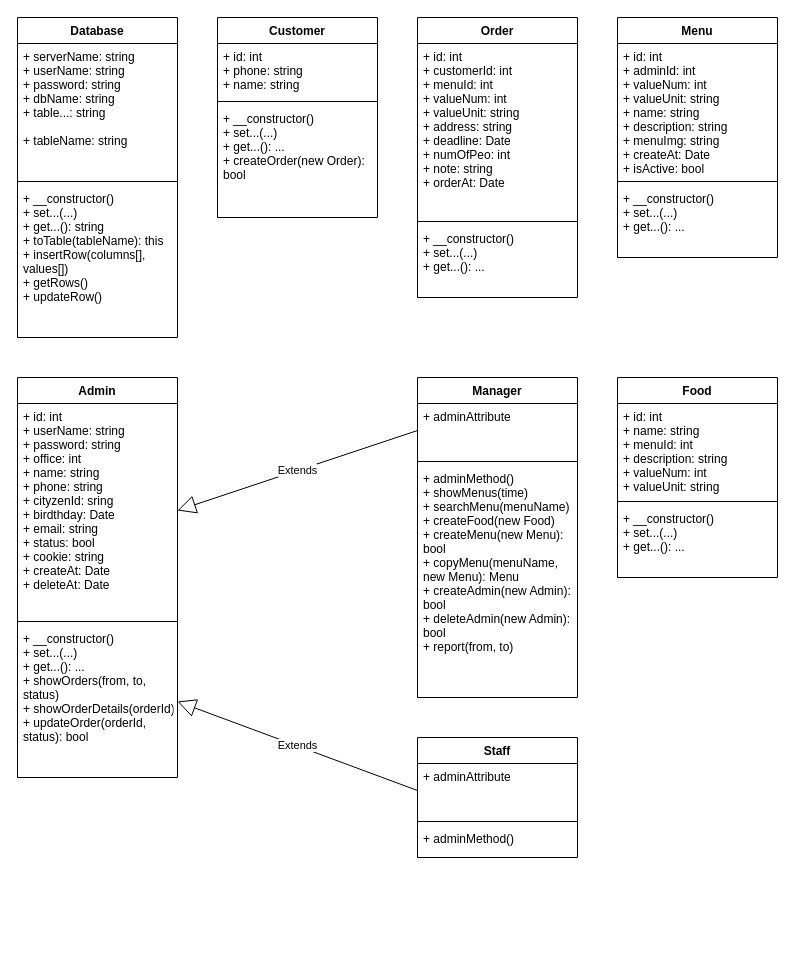
Above: phan_tich/classes/classes.drawio in caoduonggithub/gourmet-au-catering (draw.io), before the change. Source tidied: cells renumbered, new cells numbered last; positions are measured from the earlier drawing's top-left corner, leaving out a move shared by most shapes. Both pictures are drawn from the tidied source at 100%, with x=0, y=0 at pixel (17, 17).
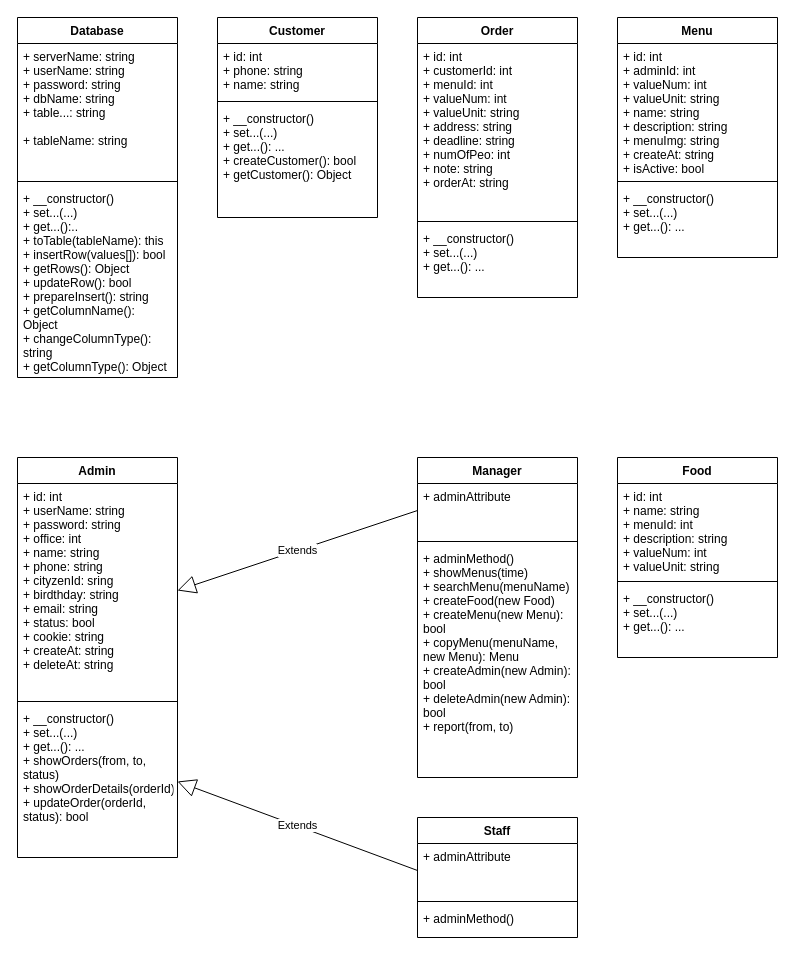
Above is the later version.

The change refers to these unchanged cells:
```xml
<mxCell id="2" value="Customer" style="swimlane;fontStyle=1;align=center;verticalAlign=top;horizontal=1;startSize=26;" parent="1" vertex="1">
  <mxGeometry x="200" width="160" height="200" as="geometry" />
</mxCell>
<mxCell id="6" value="Order" style="swimlane;fontStyle=1;align=center;verticalAlign=top;horizontal=1;startSize=26;" parent="1" vertex="1">
  <mxGeometry x="400" width="160" height="280" as="geometry" />
</mxCell>
<mxCell id="10" value="Menu" style="swimlane;fontStyle=1;align=center;verticalAlign=top;horizontal=1;startSize=26;" parent="1" vertex="1">
  <mxGeometry x="600" width="160" height="240" as="geometry" />
</mxCell>
```

The edit, as a diff of the source:
```diff
@@
-    <mxCell id="5" value="+ __constructor()&#10;+ set...(...)&#10;+ get...(): ...&#10;+ createOrder(new Order): &#10;bool" style="text;strokeColor=none;fillColor=none;align=left;verticalAlign=top;spacingLeft=4;spacingRight=4;overflow=hidden;" parent="2" vertex="1">
+    <mxCell id="5" value="+ __constructor()&#10;+ set...(...)&#10;+ get...(): ...&#10;+ createCustomer(): bool&#10;+ getCustomer(): Object" style="text;strokeColor=none;fillColor=none;align=left;verticalAlign=top;spacingLeft=4;spacingRight=4;overflow=hidden;" parent="2" vertex="1">
       <mxGeometry y="88" width="160" height="112" as="geometry" />
     </mxCell>
@@
-    <mxCell id="7" value="+ id: int&#10;+ customerId: int&#10;+ menuId: int&#10;+ valueNum: int&#10;+ valueUnit: string&#10;+ address: string&#10;+ deadline: Date&#10;+ numOfPeo: int&#10;+ note: string&#10;+ orderAt: Date" style="text;strokeColor=none;fillColor=none;align=left;verticalAlign=top;spacingLeft=4;spacingRight=4;overflow=hidden;" parent="6" vertex="1">
+    <mxCell id="7" value="+ id: int&#10;+ customerId: int&#10;+ menuId: int&#10;+ valueNum: int&#10;+ valueUnit: string&#10;+ address: string&#10;+ deadline: string&#10;+ numOfPeo: int&#10;+ note: string&#10;+ orderAt: string" style="text;strokeColor=none;fillColor=none;align=left;verticalAlign=top;spacingLeft=4;spacingRight=4;overflow=hidden;" parent="6" vertex="1">
       <mxGeometry y="26" width="160" height="174" as="geometry" />
     </mxCell>
@@
-    <mxCell id="11" value="+ id: int&#10;+ adminId: int&#10;+ valueNum: int&#10;+ valueUnit: string&#10;+ name: string&#10;+ description: string&#10;+ menuImg: string&#10;+ createAt: Date&#10;+ isActive: bool" style="text;strokeColor=none;fillColor=none;align=left;verticalAlign=top;spacingLeft=4;spacingRight=4;overflow=hidden;" parent="10" vertex="1">
+    <mxCell id="11" value="+ id: int&#10;+ adminId: int&#10;+ valueNum: int&#10;+ valueUnit: string&#10;+ name: string&#10;+ description: string&#10;+ menuImg: string&#10;+ createAt: string&#10;+ isActive: bool" style="text;strokeColor=none;fillColor=none;align=left;verticalAlign=top;spacingLeft=4;spacingRight=4;overflow=hidden;" parent="10" vertex="1">
       <mxGeometry y="26" width="160" height="134" as="geometry" />
     </mxCell>
@@
     <mxCell id="14" value="Food" style="swimlane;fontStyle=1;align=center;verticalAlign=top;horizontal=1;startSize=26;" parent="1" vertex="1">
-      <mxGeometry x="600" y="360" width="160" height="200" as="geometry" />
+      <mxGeometry x="600" y="440" width="160" height="200" as="geometry" />
     </mxCell>
@@
     <mxCell id="18" value="Admin" style="swimlane;fontStyle=1;align=center;verticalAlign=top;horizontal=1;startSize=26;" parent="1" vertex="1">
-      <mxGeometry y="360" width="160" height="400" as="geometry" />
+      <mxGeometry y="440" width="160" height="400" as="geometry" />
     </mxCell>
-    <mxCell id="19" value="+ id: int&#10;+ userName: string&#10;+ password: string&#10;+ office: int&#10;+ name: string&#10;+ phone: string&#10;+ cityzenId: sring&#10;+ birdthday: Date&#10;+ email: string&#10;+ status: bool&#10;+ cookie: string&#10;+ createAt: Date&#10;+ deleteAt: Date" style="text;strokeColor=none;fillColor=none;align=left;verticalAlign=top;spacingLeft=4;spacingRight=4;overflow=hidden;points=[[0,0.5],[1,0.5]];portConstraint=eastwest;" parent="18" vertex="1">
+    <mxCell id="19" value="+ id: int&#10;+ userName: string&#10;+ password: string&#10;+ office: int&#10;+ name: string&#10;+ phone: string&#10;+ cityzenId: sring&#10;+ birdthday: string&#10;+ email: string&#10;+ status: bool&#10;+ cookie: string&#10;+ createAt: string&#10;+ deleteAt: string" style="text;strokeColor=none;fillColor=none;align=left;verticalAlign=top;spacingLeft=4;spacingRight=4;overflow=hidden;points=[[0,0.5],[1,0.5]];portConstraint=eastwest;" parent="18" vertex="1">
       <mxGeometry y="26" width="160" height="214" as="geometry" />
     </mxCell>
@@
     <mxCell id="22" value="Database" style="swimlane;fontStyle=1;align=center;verticalAlign=top;horizontal=1;startSize=26;" parent="1" vertex="1">
-      <mxGeometry width="160" height="320" as="geometry" />
+      <mxGeometry width="160" height="360" as="geometry" />
     </mxCell>
@@
-    <mxCell id="25" value="+ __constructor()&#10;+ set...(...)&#10;+ get...(): string&#10;+ toTable(tableName): this&#10;+ insertRow(columns[], &#10;values[])&#10;+ getRows()&#10;+ updateRow()" style="text;strokeColor=none;fillColor=none;align=left;verticalAlign=top;spacingLeft=4;spacingRight=4;overflow=hidden;" parent="22" vertex="1">
-      <mxGeometry y="168" width="160" height="152" as="geometry" />
+    <mxCell id="25" value="+ __constructor()&#10;+ set...(...)&#10;+ get...():..&#10;+ toTable(tableName): this&#10;+ insertRow(values[]): bool&#10;+ getRows(): Object&#10;+ updateRow(): bool&#10;+ prepareInsert(): string&#10;+ getColumnName(): &#10;Object&#10;+ changeColumnType(): &#10;string&#10;+ getColumnType(): Object&#10;" style="text;strokeColor=none;fillColor=none;align=left;verticalAlign=top;spacingLeft=4;spacingRight=4;overflow=hidden;" parent="22" vertex="1">
+      <mxGeometry y="168" width="160" height="192" as="geometry" />
     </mxCell>
     <mxCell id="26" value="Manager" style="swimlane;fontStyle=1;align=center;verticalAlign=top;horizontal=1;startSize=26;" parent="1" vertex="1">
-      <mxGeometry x="400" y="360" width="160" height="320" as="geometry" />
+      <mxGeometry x="400" y="440" width="160" height="320" as="geometry" />
     </mxCell>
@@
     <mxCell id="30" value="Staff" style="swimlane;fontStyle=1;align=center;verticalAlign=top;horizontal=1;startSize=26;" parent="1" vertex="1">
-      <mxGeometry x="400" y="720" width="160" height="120" as="geometry" />
+      <mxGeometry x="400" y="800" width="160" height="120" as="geometry" />
     </mxCell>
```
